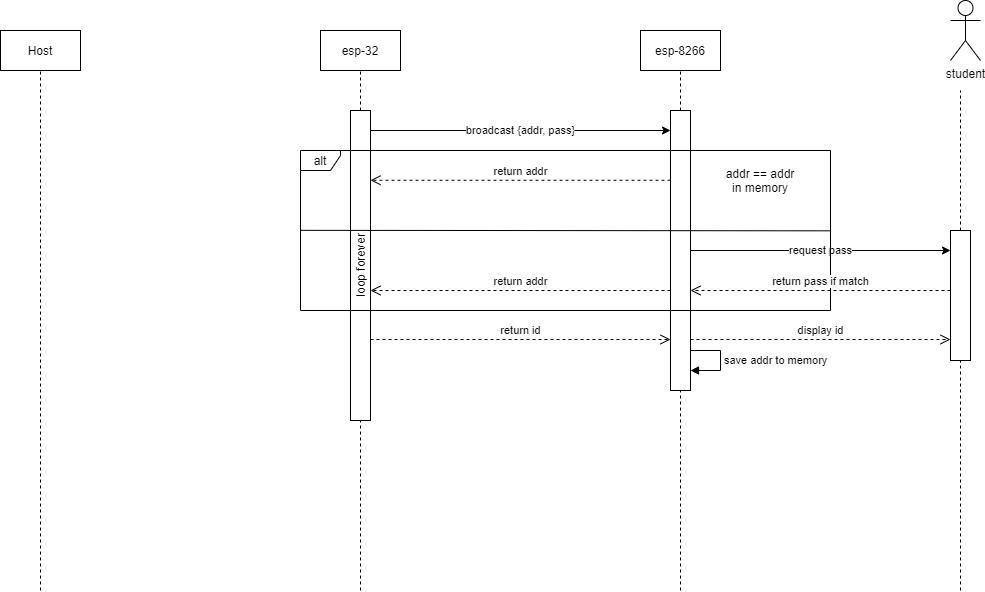
Viquiz/ServerClientProtocol keeps this draw.io diagram as ServerClientProtocol.png. Above is the earlier version. Source tidied: cells renumbered, new cells last; positions are measured from the earlier drawing's top-left corner, leaving out a move shared by most shapes.
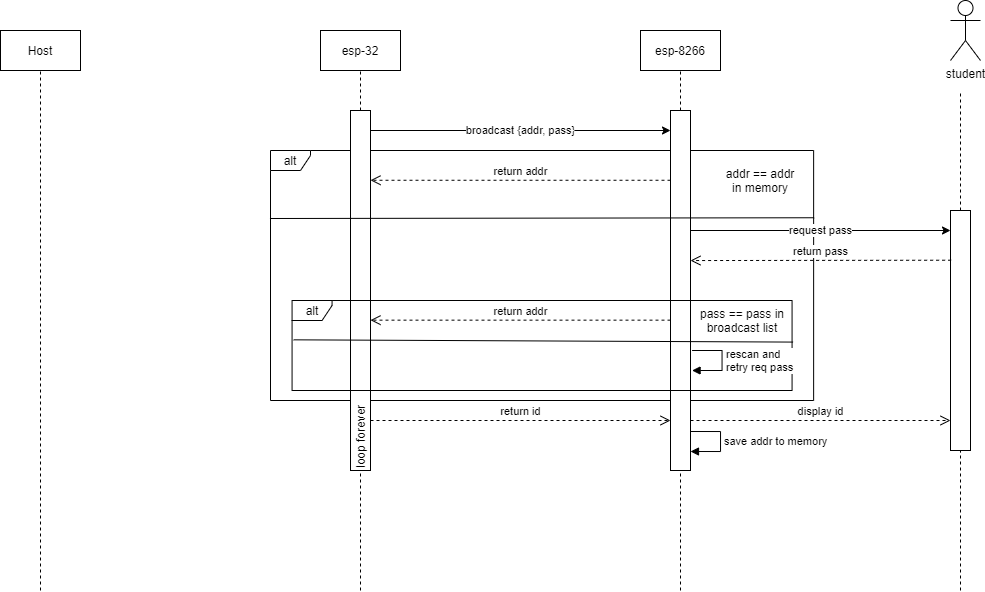
Above is the later version.

Diff of the diagram source:
```diff
@@ -2,6 +2,9 @@
   <root>
     <mxCell id="0" />
     <mxCell id="1" parent="0" />
+    <mxCell id="21" value="alt" style="shape=umlFrame;whiteSpace=wrap;html=1;width=40;height=20;" parent="1" vertex="1">
+      <mxGeometry x="270" y="150" width="543.1" height="250" as="geometry" />
+    </mxCell>
     <mxCell id="2" value="Host" style="rounded=0;whiteSpace=wrap;html=1;" parent="1" vertex="1">
       <mxGeometry y="30" width="80" height="40" as="geometry" />
     </mxCell>
@@ -21,8 +24,8 @@
     <mxCell id="6" value="esp-8266" style="rounded=0;whiteSpace=wrap;html=1;" parent="1" vertex="1">
       <mxGeometry x="640" y="30" width="80" height="40" as="geometry" />
     </mxCell>
-    <mxCell id="7" value="loop forever" style="rounded=0;whiteSpace=wrap;html=1;horizontal=0;" parent="1" vertex="1">
-      <mxGeometry x="350" y="110" width="20" height="310" as="geometry" />
+    <mxCell id="7" value="loop forever" style="rounded=0;whiteSpace=wrap;html=1;horizontal=0;align=left;" parent="1" vertex="1">
+      <mxGeometry x="350" y="110" width="20" height="360" as="geometry" />
     </mxCell>
     <mxCell id="8" style="endArrow=none;dashed=1;html=1;entryX=0.5;entryY=1;entryDx=0;entryDy=0;" parent="1" edge="1" target="6">
       <mxGeometry relative="1" as="geometry">
@@ -31,10 +34,10 @@
     </mxCell>
     <mxCell id="9" value="save addr to memory" style="edgeStyle=orthogonalEdgeStyle;html=1;align=left;spacingLeft=2;endArrow=block;rounded=0;" parent="1" edge="1">
       <mxGeometry relative="1" as="geometry">
-        <mxPoint x="690" y="350" as="sourcePoint" />
-        <mxPoint x="690" y="370" as="targetPoint" />
+        <mxPoint x="690" y="431" as="sourcePoint" />
+        <mxPoint x="690" y="451" as="targetPoint" />
         <Array as="points">
-          <mxPoint x="720" y="350" />
+          <mxPoint x="720" y="431" />
         </Array>
       </mxGeometry>
     </mxCell>
@@ -53,7 +56,7 @@
       </mxGeometry>
     </mxCell>
     <mxCell id="13" style="rounded=0;whiteSpace=wrap;html=1;" parent="1" vertex="1">
-      <mxGeometry x="670" y="110" width="20" height="280" as="geometry" />
+      <mxGeometry x="670" y="110" width="20" height="360" as="geometry" />
     </mxCell>
     <mxCell id="14" value="addr == addr in memory" style="text;html=1;strokeColor=none;fillColor=none;align=center;verticalAlign=middle;whiteSpace=wrap;rounded=0;" parent="1" vertex="1">
       <mxGeometry x="720" y="170" width="80" height="20" as="geometry" />
@@ -64,14 +67,8 @@
         <mxPoint x="370" y="179.8" as="targetPoint" />
       </mxGeometry>
     </mxCell>
-    <mxCell id="16" value="request pass" style="endArrow=classic;html=1;" parent="1" edge="1">
-      <mxGeometry relative="1" as="geometry">
-        <mxPoint x="690" y="250" as="sourcePoint" />
-        <mxPoint x="950" y="250" as="targetPoint" />
-      </mxGeometry>
-    </mxCell>
     <mxCell id="17" style="rounded=0;whiteSpace=wrap;html=1;" parent="1" vertex="1">
-      <mxGeometry x="950" y="230" width="20" height="130" as="geometry" />
+      <mxGeometry x="950" y="210" width="20" height="240" as="geometry" />
     </mxCell>
     <mxCell id="18" style="endArrow=none;dashed=1;html=1;" parent="1" edge="1" target="17">
       <mxGeometry relative="1" as="geometry">
@@ -80,36 +77,57 @@
     </mxCell>
     <mxCell id="19" value="return id" style="html=1;verticalAlign=bottom;endArrow=open;dashed=1;endSize=8;" parent="1" edge="1">
       <mxGeometry relative="1" as="geometry">
-        <mxPoint x="370" y="339" as="sourcePoint" />
-        <mxPoint x="670" y="339" as="targetPoint" />
+        <mxPoint x="370" y="420" as="sourcePoint" />
+        <mxPoint x="670" y="420" as="targetPoint" />
       </mxGeometry>
     </mxCell>
-    <mxCell id="20" style="group;" parent="1" vertex="1">
-      <mxGeometry x="300" y="150" width="530" height="160" as="geometry" />
-    </mxCell>
-    <mxCell id="21" value="alt" style="shape=umlFrame;whiteSpace=wrap;html=1;width=40;height=20;" parent="20" vertex="1">
-      <mxGeometry width="530" height="160" as="geometry" />
-    </mxCell>
+    <mxCell id="25" value="display id" style="html=1;verticalAlign=bottom;endArrow=open;dashed=1;endSize=8;" parent="1" edge="1">
+      <mxGeometry relative="1" as="geometry">
+        <mxPoint x="690" y="420" as="sourcePoint" />
+        <mxPoint x="950" y="420" as="targetPoint" />
+      </mxGeometry>
+    </mxCell>
-    <mxCell id="22" style="endArrow=none;html=1;entryX=1.001;entryY=0.502;entryDx=0;entryDy=0;entryPerimeter=0;exitX=0;exitY=0.499;exitDx=0;exitDy=0;exitPerimeter=0;" parent="20" edge="1" source="21" target="21">
-      <mxGeometry relative="1" as="geometry" />
+    <mxCell id="22" style="endArrow=none;html=1;exitX=-0.001;exitY=0.272;exitDx=0;exitDy=0;exitPerimeter=0;entryX=1.001;entryY=0.269;entryDx=0;entryDy=0;entryPerimeter=0;" parent="1" edge="1" source="21" target="21">
+      <mxGeometry x="340" y="360" as="geometry" />
     </mxCell>
+    <mxCell id="26" style="group;" parent="1" vertex="1">
+      <mxGeometry x="291.6" y="300" width="500" height="90" as="geometry" />
+    </mxCell>
+    <mxCell id="27" value="alt" style="shape=umlFrame;whiteSpace=wrap;html=1;width=40;height=20;" parent="26" vertex="1">
+      <mxGeometry width="500" height="90" as="geometry" />
+    </mxCell>
+    <mxCell id="28" style="endArrow=none;html=1;exitX=0.003;exitY=0.437;exitDx=0;exitDy=0;exitPerimeter=0;entryX=1.002;entryY=0.462;entryDx=0;entryDy=0;entryPerimeter=0;" parent="26" edge="1" source="27" target="27">
+      <mxGeometry x="-11.2" y="-300" as="geometry" />
+    </mxCell>
+    <mxCell id="29" value="pass == pass in broadcast list" style="text;html=1;strokeColor=none;fillColor=none;align=center;verticalAlign=middle;whiteSpace=wrap;rounded=0;" parent="26" vertex="1">
+      <mxGeometry x="400" y="10" width="100" height="20" as="geometry" />
+    </mxCell>
+    <mxCell id="30" value="rescan and&lt;br&gt;retry req pass" style="edgeStyle=orthogonalEdgeStyle;html=1;align=left;spacingLeft=2;endArrow=block;rounded=0;" parent="26" edge="1">
+      <mxGeometry relative="1" as="geometry">
+        <mxPoint x="400" y="50" as="sourcePoint" />
+        <mxPoint x="400" y="70" as="targetPoint" />
+        <Array as="points">
+          <mxPoint x="430" y="50" />
+        </Array>
+      </mxGeometry>
+    </mxCell>
-    <mxCell id="23" value="return addr" style="html=1;verticalAlign=bottom;endArrow=open;dashed=1;endSize=8;" parent="20" edge="1">
-      <mxGeometry relative="1" as="geometry">
-        <mxPoint x="370" y="140" as="sourcePoint" />
-        <mxPoint x="70" y="140" as="targetPoint" />
+    <mxCell id="23" value="return addr" style="html=1;verticalAlign=bottom;endArrow=open;dashed=1;endSize=8;" parent="26" edge="1">
+      <mxGeometry x="4.1" y="-170.3" as="geometry">
+        <mxPoint x="378.4" y="19.7" as="sourcePoint" />
+        <mxPoint x="78.4" y="19.7" as="targetPoint" />
       </mxGeometry>
     </mxCell>
+    <mxCell id="16" value="request pass" style="endArrow=classic;html=1;" parent="1" edge="1">
+      <mxGeometry relative="1" as="geometry">
+        <mxPoint x="690" y="230" as="sourcePoint" />
+        <mxPoint x="950" y="230" as="targetPoint" />
+      </mxGeometry>
+    </mxCell>
-    <mxCell id="24" value="return pass if match" style="html=1;verticalAlign=bottom;endArrow=open;dashed=1;endSize=8;" parent="20" edge="1">
-      <mxGeometry relative="1" as="geometry">
-        <mxPoint x="650" y="140" as="sourcePoint" />
-        <mxPoint x="390" y="140" as="targetPoint" />
+    <mxCell id="24" value="return pass" style="html=1;verticalAlign=bottom;endArrow=open;dashed=1;endSize=8;" parent="1" edge="1">
+      <mxGeometry x="340" y="360.1" as="geometry">
+        <mxPoint x="950.6" y="259.7" as="sourcePoint" />
+        <mxPoint x="690" y="260.1" as="targetPoint" />
       </mxGeometry>
     </mxCell>
-    <mxCell id="25" value="display id" style="html=1;verticalAlign=bottom;endArrow=open;dashed=1;endSize=8;" parent="1" edge="1">
-      <mxGeometry relative="1" as="geometry">
-        <mxPoint x="690" y="339" as="sourcePoint" />
-        <mxPoint x="950" y="339" as="targetPoint" />
-      </mxGeometry>
-    </mxCell>
   </root>
 </mxGraphModel>
```
